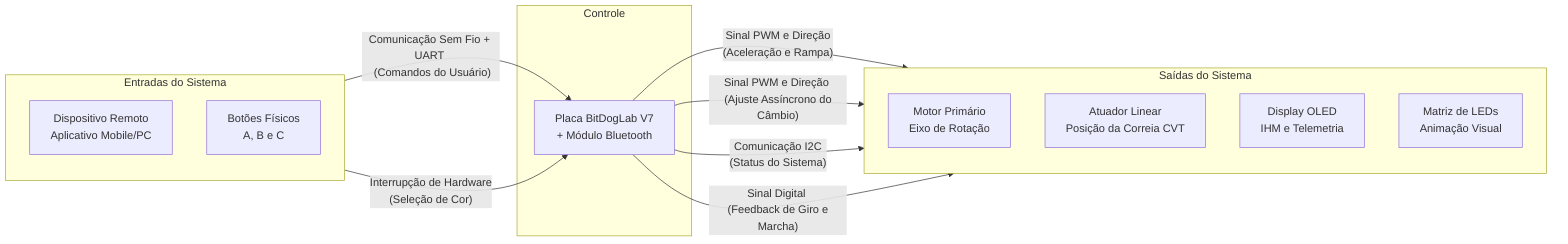
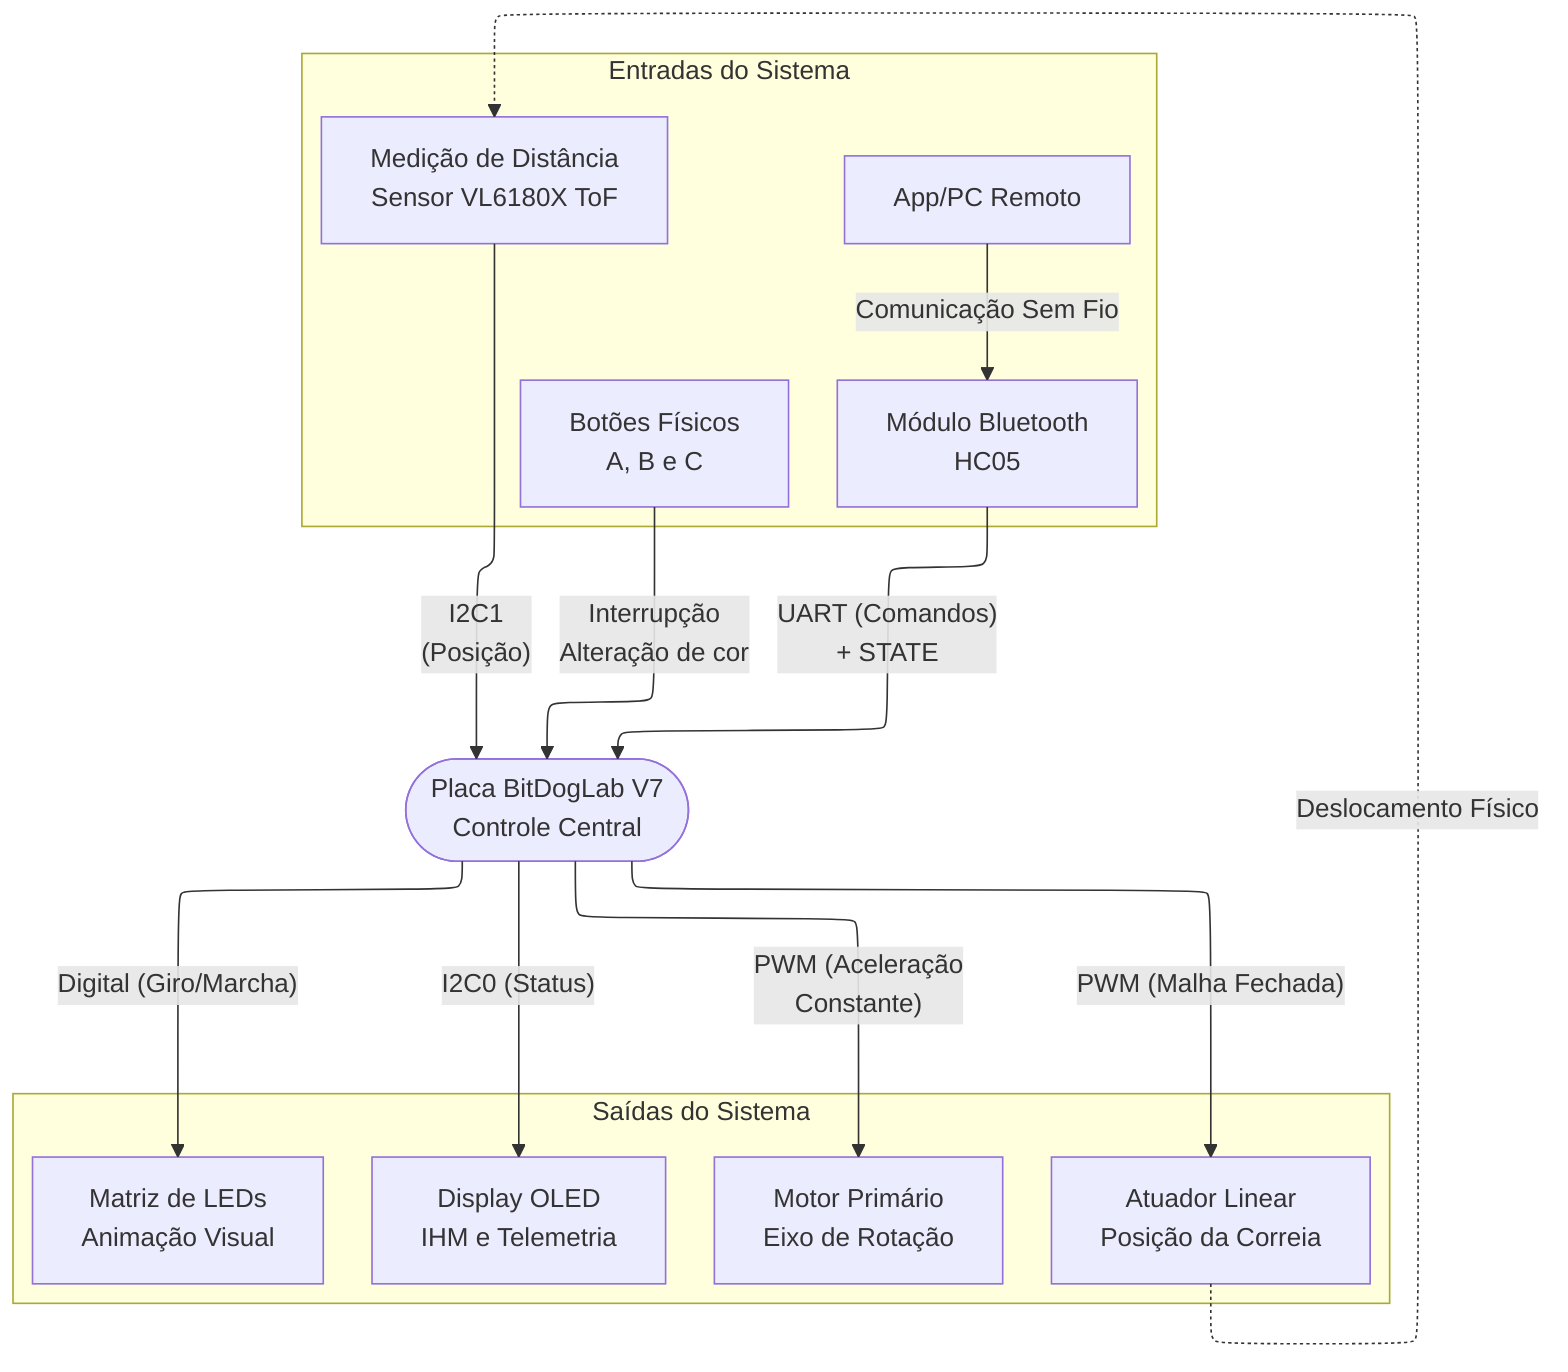
- flowchart LR
-     %% Bloco de Entradas
+ %%{init: {"flowchart": {"defaultRenderer": "elk"}} }%%
+ flowchart TD
+     %% Bloco de Entradas (Topo)
    subgraph Entradas [Entradas do Sistema]
-         direction TB
-         App[Dispositivo Remoto <br> Aplicativo Mobile/PC]
+         App[App/PC Remoto] -- "Comunicação Sem Fio" --> HC05[Módulo Bluetooth <br> HC05]
        Botoes[Botões Físicos <br> A, B e C]
+         VL[Medição de Distância <br> Sensor VL6180X ToF]
    end

-     %% Bloco de Processamento
-     subgraph Processamento [Controle]
-         RPi[Placa BitDogLab V7 <br> + Módulo Bluetooth]
-     end
+     %% Controle Central (Meio - sem subgrafo para facilitar o roteamento)
+     RPi([Placa BitDogLab V7 <br> Controle Central])

-     %% Bloco de Saídas
+     %% Bloco de Saídas (Base)
    subgraph Saidas [Saídas do Sistema]
-         direction TB
        M1[Motor Primário <br> Eixo de Rotação]
-         M2[Atuador Linear <br> Posição da Correia CVT]
+         M2[Atuador Linear <br> Posição da Correia]
        D[Display OLED <br> IHM e Telemetria]
        LED[Matriz de LEDs <br> Animação Visual]
    end

-     %% Conexões lógicas e de dados
-     App -- "Comunicação Sem Fio + UART <br> (Comandos do Usuário)" --> RPi
-     Botoes -- "Interrupção de Hardware <br> (Seleção de Cor)" --> RPi
+     %% Conexões Entradas -> Controle
+     HC05 -- "UART (Comandos) <br> + STATE" --> RPi
+     Botoes -- "Interrupção <br> Alteração de cor" --> RPi
+     VL -- "I2C1 <br> (Posição)" --> RPi

-     RPi -- "Sinal PWM e Direção <br> (Aceleração e Rampa)" --> M1
-     RPi -- "Sinal PWM e Direção <br> (Ajuste Assíncrono do Câmbio)" --> M2
-     RPi -- "Comunicação I2C <br> (Status do Sistema)" --> D
-     RPi -- "Sinal Digital <br> (Feedback de Giro e Marcha)" --> LED+     %% Conexões Controle -> Saídas
+     RPi -- "PWM (Aceleração <br> Constante)" --> M1
+     RPi -- "PWM (Malha Fechada)" --> M2
+     RPi -- "I2C0 (Status)" --> D
+     RPi -- "Digital (Giro/Marcha)" --> LED
+ 
+     %% Feedback físico (Retorno da Base para o Topo)
+     M2 -. "Deslocamento Físico" .-> VL